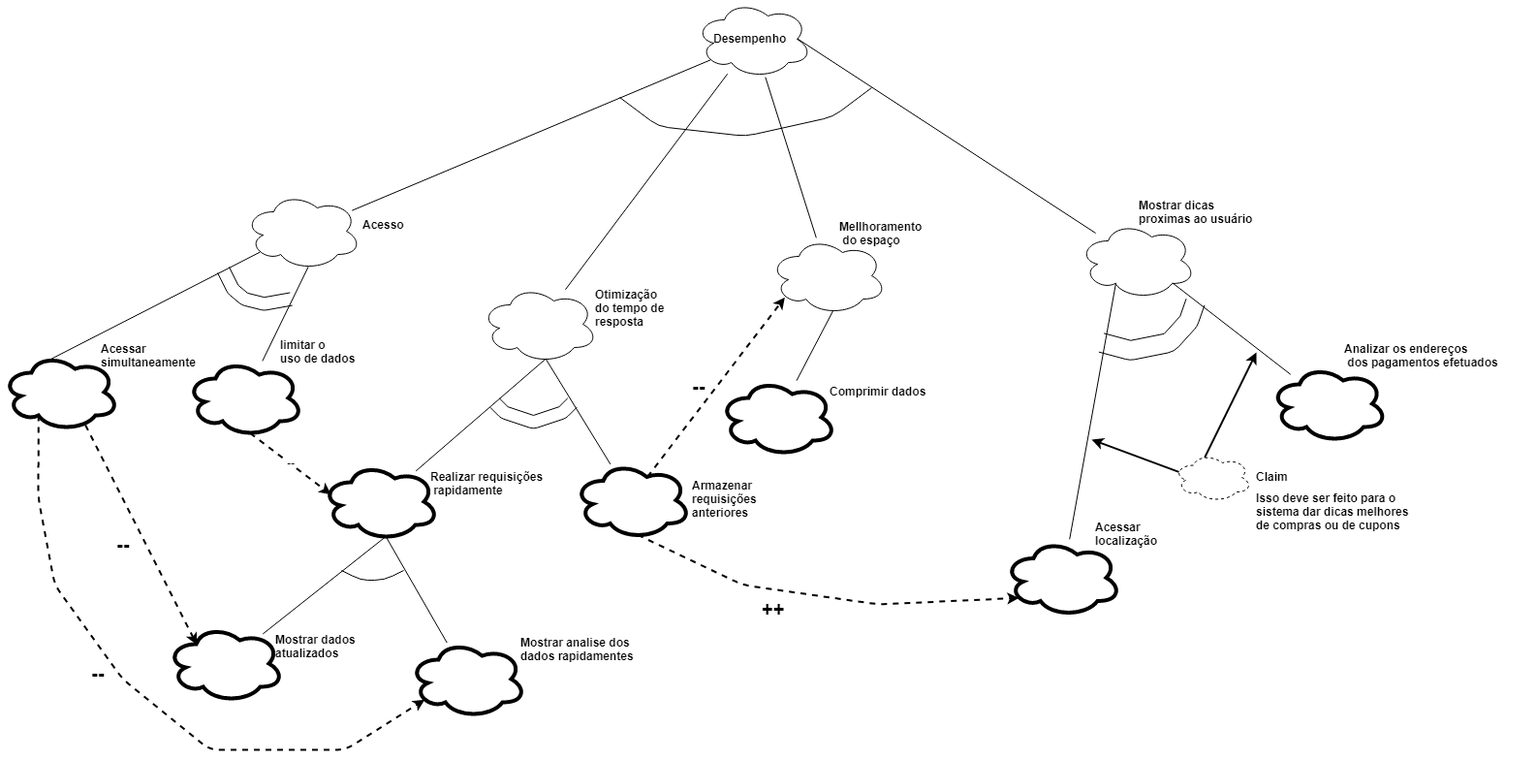
Before: docs/img/nfr/nfr_desempenho_v2.png, a diagram exported from draw.io (fga-disciplinas/2019.1-Guia-Bolso). Source tidied: cells renumbered, new cells last; positions are measured from the earlier drawing's top-left corner, leaving out a move shared by most shapes.
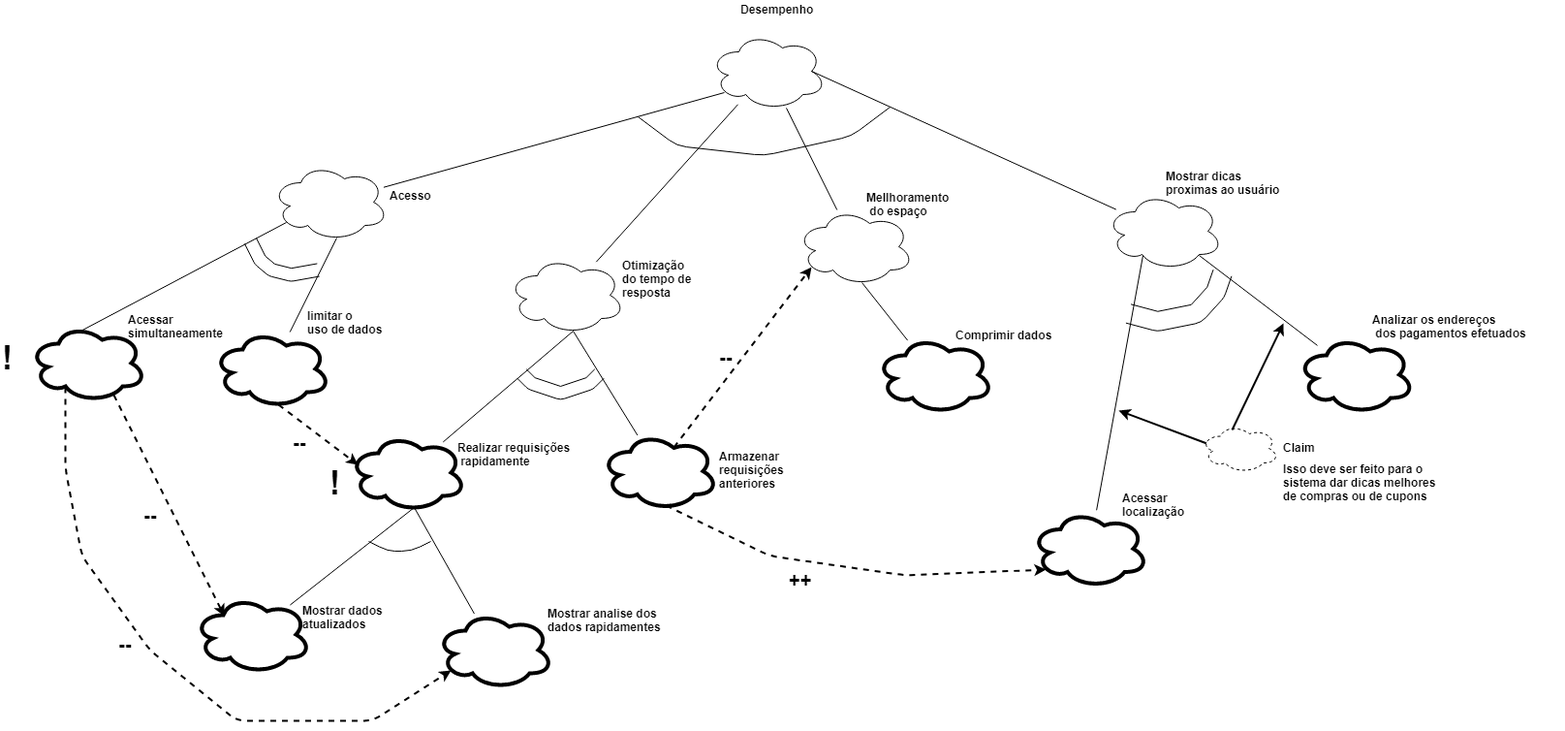
After the commit.

Commit message:
Alteração nfr 02

What changed in the source:
```diff
@@ -3,7 +3,7 @@
     <mxCell id="0" />
     <mxCell id="1" parent="0" />
     <mxCell id="2" style="ellipse;shape=cloud;whiteSpace=wrap;html=1;strokeWidth=1;fontStyle=1;fontSize=12;" parent="1" vertex="1">
-      <mxGeometry x="715" width="120" height="80" as="geometry" />
+      <mxGeometry x="702" y="63" width="120" height="80" as="geometry" />
     </mxCell>
     <mxCell id="3" value="&lt;span style=&quot;font-size: 12px;&quot;&gt;Desempenho&amp;nbsp;&lt;/span&gt;&lt;br style=&quot;font-size: 12px;&quot;&gt;" style="text;html=1;align=left;verticalAlign=top;spacingTop=-4;fontSize=12;fontStyle=1;" parent="1" vertex="1">
       <mxGeometry x="732" y="30" width="130" height="20" as="geometry" />
@@ -170,7 +170,7 @@
         </Array>
       </mxGeometry>
     </mxCell>
-    <mxCell id="47" value="&lt;span style=&quot;font-size: 12px;&quot;&gt;&lt;font style=&quot;font-size: 12px;&quot;&gt;--&lt;/font&gt;&lt;/span&gt;" style="endArrow=classic;html=1;entryX=0.07;entryY=0.4;entryDx=0;entryDy=0;entryPerimeter=0;exitX=0.55;exitY=0.95;exitDx=0;exitDy=0;exitPerimeter=0;fontSize=12;dashed=1;strokeWidth=2;fontStyle=1;" parent="1" edge="1" source="41" target="6">
+    <mxCell id="47" style="endArrow=classic;html=1;entryX=0.07;entryY=0.4;entryDx=0;entryDy=0;entryPerimeter=0;exitX=0.55;exitY=0.95;exitDx=0;exitDy=0;exitPerimeter=0;fontSize=12;dashed=1;strokeWidth=2;fontStyle=1;" parent="1" edge="1" source="41" target="6">
       <mxGeometry x="-0.01" y="2" relative="1" as="geometry" />
     </mxCell>
     <mxCell id="48" style="endArrow=classic;html=1;entryX=0.25;entryY=0.25;entryDx=0;entryDy=0;entryPerimeter=0;exitX=0.718;exitY=0.923;exitDx=0;exitDy=0;exitPerimeter=0;fontSize=12;dashed=1;strokeWidth=2;fontStyle=1;" parent="1" edge="1" source="38" target="13">
@@ -182,7 +182,7 @@
       </mxGeometry>
     </mxCell>
     <mxCell id="50" style="ellipse;shape=cloud;whiteSpace=wrap;html=1;strokeWidth=4;fontStyle=1;fontSize=12;" parent="1" vertex="1">
-      <mxGeometry x="740" y="390" width="120" height="80" as="geometry" />
+      <mxGeometry x="874" y="376" width="120" height="80" as="geometry" />
     </mxCell>
     <mxCell id="51" value="&lt;font style=&quot;font-size: 20px&quot;&gt;--&lt;/font&gt;&lt;br style=&quot;font-size: 12px&quot;&gt;" style="text;html=1;align=left;verticalAlign=top;spacingTop=-4;fontSize=12;fontStyle=1;" parent="1" vertex="1">
       <mxGeometry x="710" y="384" width="30" height="20" as="geometry" />
@@ -214,12 +214,12 @@
     </mxCell>
     <mxCell id="56" style="endArrow=none;html=1;strokeWidth=1;fontSize=12;fontStyle=1;" parent="1" edge="1">
       <mxGeometry relative="1" as="geometry">
-        <mxPoint x="637" y="100" as="sourcePoint" />
-        <mxPoint x="897" y="90" as="targetPoint" />
+        <mxPoint x="628" y="150" as="sourcePoint" />
+        <mxPoint x="888" y="140" as="targetPoint" />
         <Array as="points">
-          <mxPoint x="677" y="130" />
-          <mxPoint x="767" y="140" />
-          <mxPoint x="857" y="120" />
+          <mxPoint x="668" y="180" />
+          <mxPoint x="758" y="190" />
+          <mxPoint x="848" y="170" />
         </Array>
       </mxGeometry>
     </mxCell>
@@ -233,7 +233,16 @@
       <mxGeometry x="90" y="680" width="30" height="20" as="geometry" />
     </mxCell>
     <mxCell id="60" value="Comprimir dados&lt;br style=&quot;font-size: 12px&quot;&gt;" style="text;html=1;align=left;verticalAlign=top;spacingTop=-4;fontSize=12;fontStyle=1;" parent="1" vertex="1">
-      <mxGeometry x="852" y="394" width="110" height="20" as="geometry" />
+      <mxGeometry x="954" y="365.5" width="110" height="20" as="geometry" />
     </mxCell>
+    <mxCell id="61" value="&lt;font style=&quot;font-size: 34px&quot;&gt;&lt;b&gt;!&lt;/b&gt;&lt;/font&gt;" style="text;html=1;align=left;verticalAlign=top;spacingTop=-4;" parent="1" vertex="1">
+      <mxGeometry x="308" y="505" width="30" height="20" as="geometry" />
+    </mxCell>
+    <mxCell id="62" value="&lt;font style=&quot;font-size: 34px&quot;&gt;&lt;b&gt;!&lt;/b&gt;&lt;/font&gt;" style="text;html=1;align=left;verticalAlign=top;spacingTop=-4;" parent="1" vertex="1">
+      <mxGeometry x="-30" y="376" width="30" height="20" as="geometry" />
+    </mxCell>
+    <mxCell id="63" value="&lt;font style=&quot;font-size: 20px&quot;&gt;--&lt;/font&gt;&lt;br style=&quot;font-size: 12px&quot;&gt;" style="text;html=1;align=left;verticalAlign=top;spacingTop=-4;fontSize=12;fontStyle=1;" parent="1" vertex="1">
+      <mxGeometry x="270" y="472" width="30" height="20" as="geometry" />
+    </mxCell>
   </root>
 </mxGraphModel>
```
